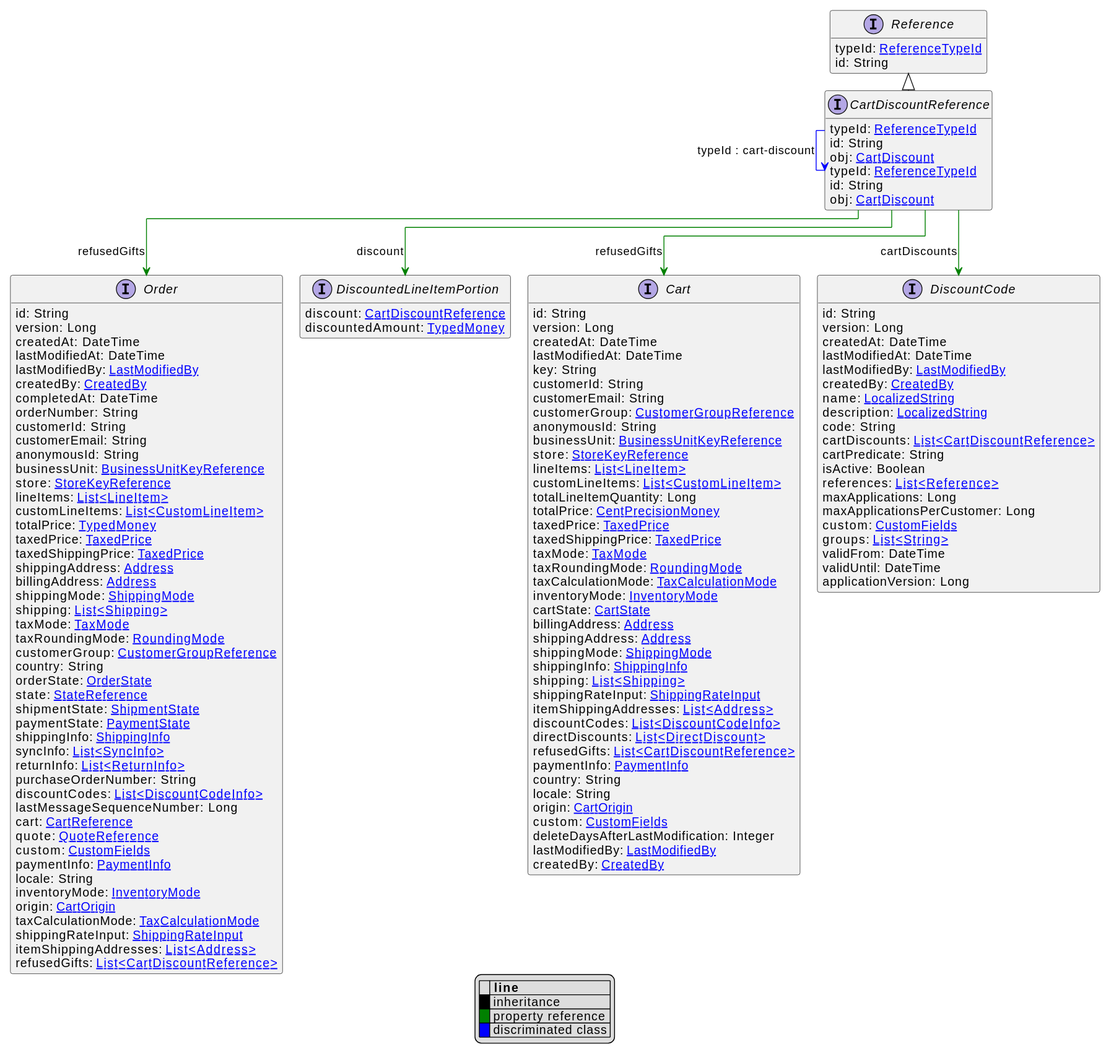
commercetools/commercetools-api-reference keeps this PlantUML diagram as uml/api/svg/CartDiscountReference.svg. Above is the earlier version.
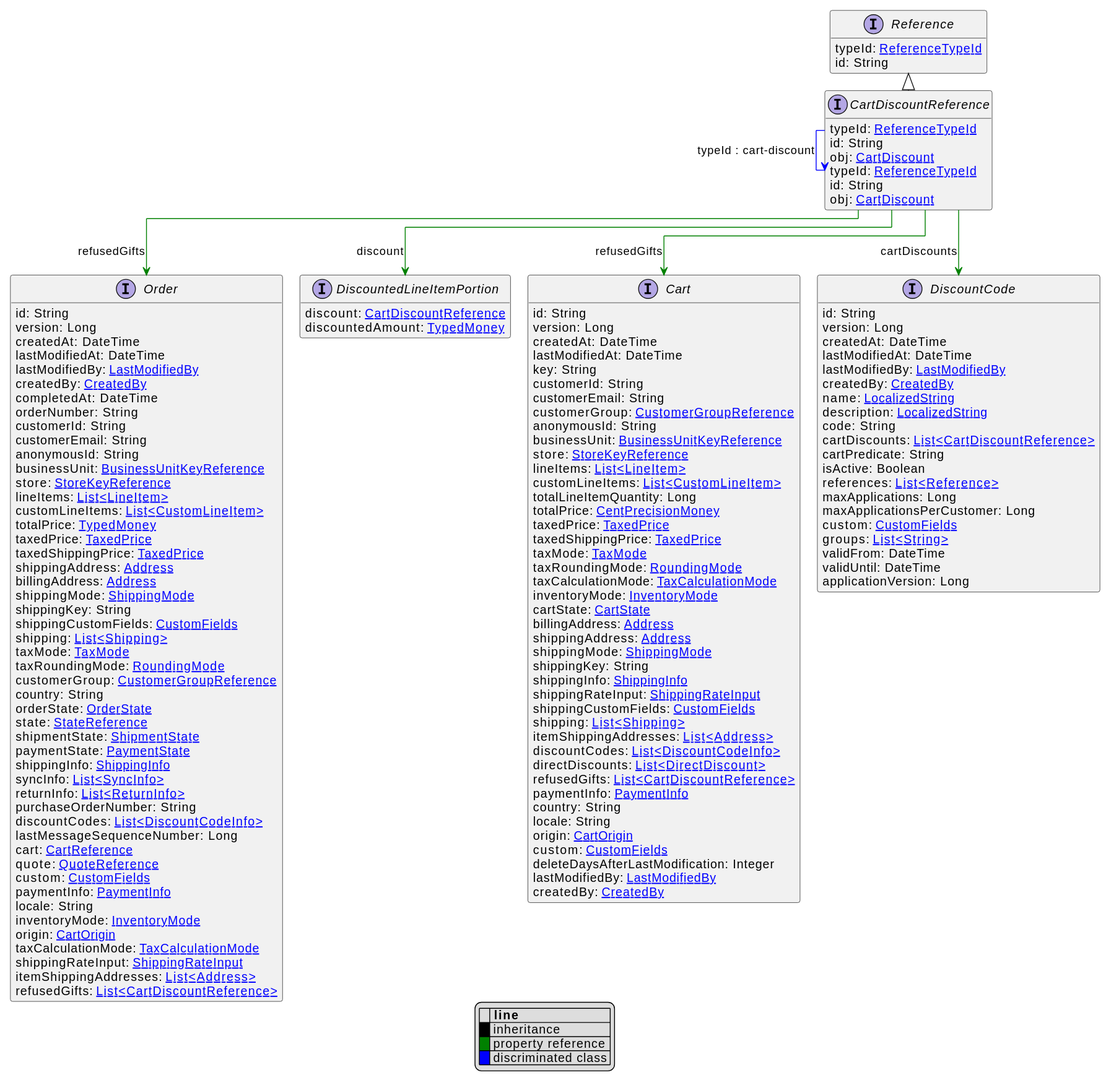
Later version of the same file.

Diff of the diagram source:
```diff
@@ -49,9 +49,11 @@
     billingAddress: [[Address.svg Address]]
     shippingAddress: [[Address.svg Address]]
     shippingMode: [[ShippingMode.svg ShippingMode]]
+    shippingKey: String
     shippingInfo: [[ShippingInfo.svg ShippingInfo]]
+    shippingRateInput: [[ShippingRateInput.svg ShippingRateInput]]
+    shippingCustomFields: [[CustomFields.svg CustomFields]]
     shipping: [[Shipping.svg List<Shipping>]]
-    shippingRateInput: [[ShippingRateInput.svg ShippingRateInput]]
     itemShippingAddresses: [[Address.svg List<Address>]]
     discountCodes: [[DiscountCodeInfo.svg List<DiscountCodeInfo>]]
     directDiscounts: [[DirectDiscount.svg List<DirectDiscount>]]
@@ -109,6 +111,8 @@
     shippingAddress: [[Address.svg Address]]
     billingAddress: [[Address.svg Address]]
     shippingMode: [[ShippingMode.svg ShippingMode]]
+    shippingKey: String
+    shippingCustomFields: [[CustomFields.svg CustomFields]]
     shipping: [[Shipping.svg List<Shipping>]]
     taxMode: [[TaxMode.svg TaxMode]]
     taxRoundingMode: [[RoundingMode.svg RoundingMode]]
```
